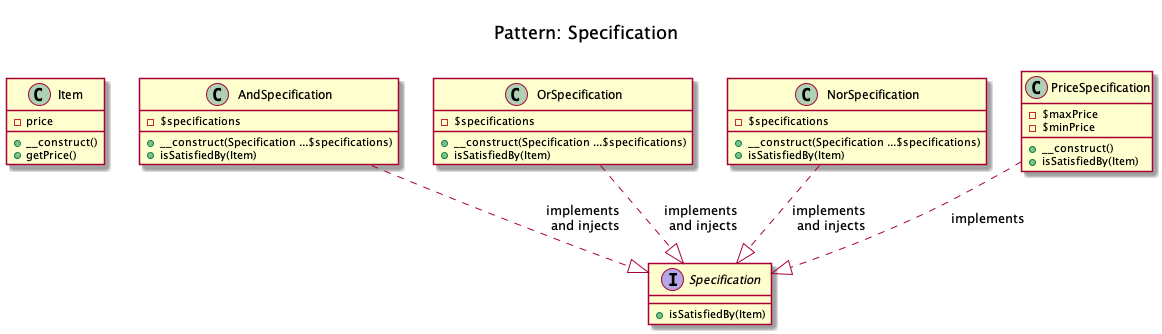
This is patterns/behavioral/specification/domnikl/diagram.png from rosselli/design-patterns-implemented.concepts, a PlantUML export, as it was before one commit. Its diagram source:
```plantuml
@startuml
	Title <size:20>\nPattern: Specification\n


	class Item {
		- price
		+ __construct()
		+ getPrice()
	}

	interface Specification {
		+ isSatisfiedBy(Item)
	}

	class AndSpecification {
		- $specifications
		+ __construct(Specification ...$specifications)
		+ isSatisfiedBy(Item)
	}

	class OrSpecification {
		- $specifications
		+ __construct(Specification ...$specifications)
		+ isSatisfiedBy(Item)
	}

	class NorSpecification {
		- $specifications
		+ __construct(Specification ...$specifications)
		+ isSatisfiedBy(Item)
	}

	class PriceSpecification {
		- $maxPrice
		- $minPrice
		+ __construct()
		+ isSatisfiedBy(Item)
	}




	AndSpecification ..|> Specification: " implements \n and injects"
	OrSpecification ..|> Specification: " implements \n and injects"
	NorSpecification ..|> Specification: " implements \n and injects"
	PriceSpecification ..|> Specification: " implements"

@enduml
```
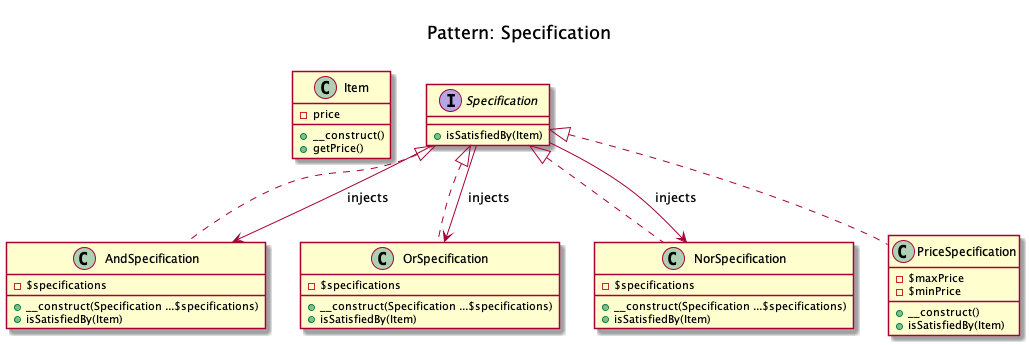
Above is the later version.

Change to the diagram source:
```diff
@@ -12,37 +12,32 @@
 		+ isSatisfiedBy(Item)
 	}
 
-	class AndSpecification {
+	class AndSpecification implements Specification {
 		- $specifications
 		+ __construct(Specification ...$specifications)
 		+ isSatisfiedBy(Item)
 	}
 
-	class OrSpecification {
+	class OrSpecification implements Specification {
 		- $specifications
 		+ __construct(Specification ...$specifications)
 		+ isSatisfiedBy(Item)
 	}
 
-	class NorSpecification {
+	class NorSpecification implements Specification {
 		- $specifications
 		+ __construct(Specification ...$specifications)
 		+ isSatisfiedBy(Item)
 	}
 
-	class PriceSpecification {
+	class PriceSpecification implements Specification {
 		- $maxPrice
 		- $minPrice
 		+ __construct()
 		+ isSatisfiedBy(Item)
 	}
 
-
-
-
-	AndSpecification ..|> Specification: " implements \n and injects"
-	OrSpecification ..|> Specification: " implements \n and injects"
-	NorSpecification ..|> Specification: " implements \n and injects"
-	PriceSpecification ..|> Specification: " implements"
-
+	Specification --> AndSpecification: " injects"
+	Specification --> OrSpecification: " injects"
+	Specification --> NorSpecification: " injects"
 @enduml
```
